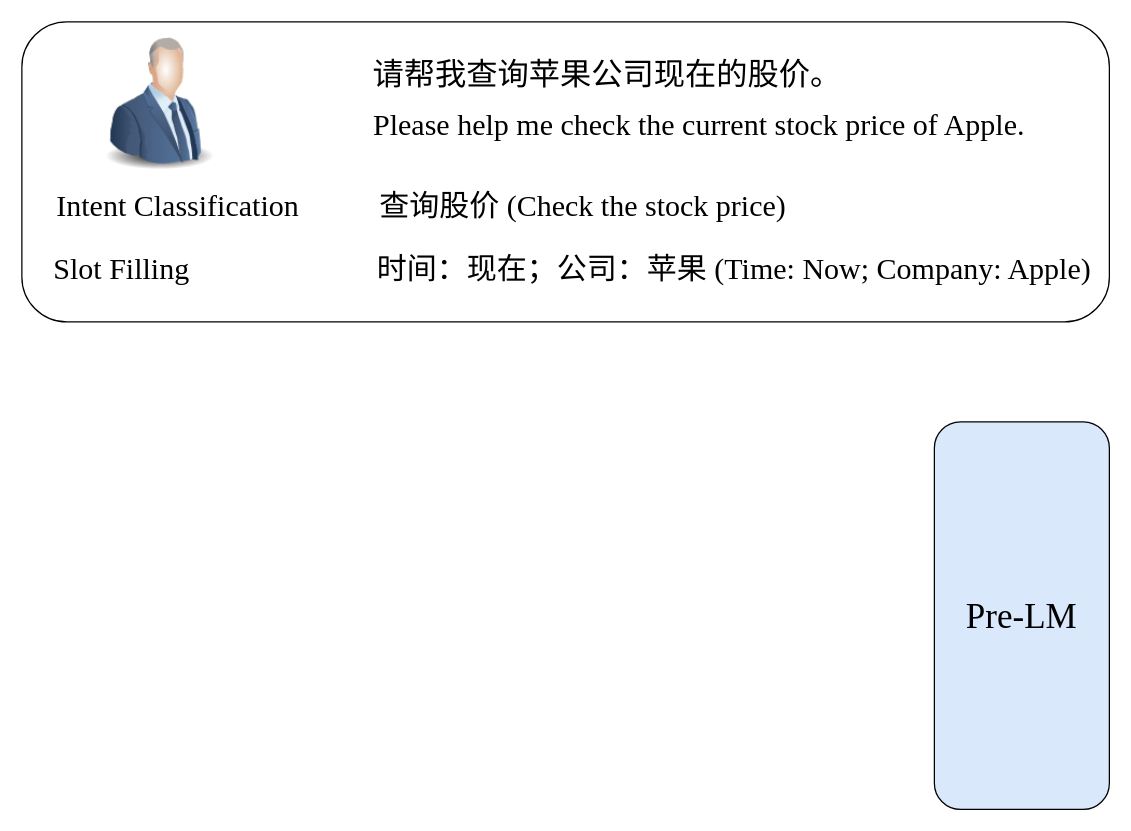
The draw.io diagram propmt_chineseNLU/framework.drawio in lengyueit/paper_pic, before the edit. Source tidied: cells renumbered, new cells numbered last; positions are measured from the earlier drawing's top-left corner, leaving out a move shared by most shapes. Both pictures are drawn from the tidied source at 125%, with x=0, y=0 at pixel (21, 21).
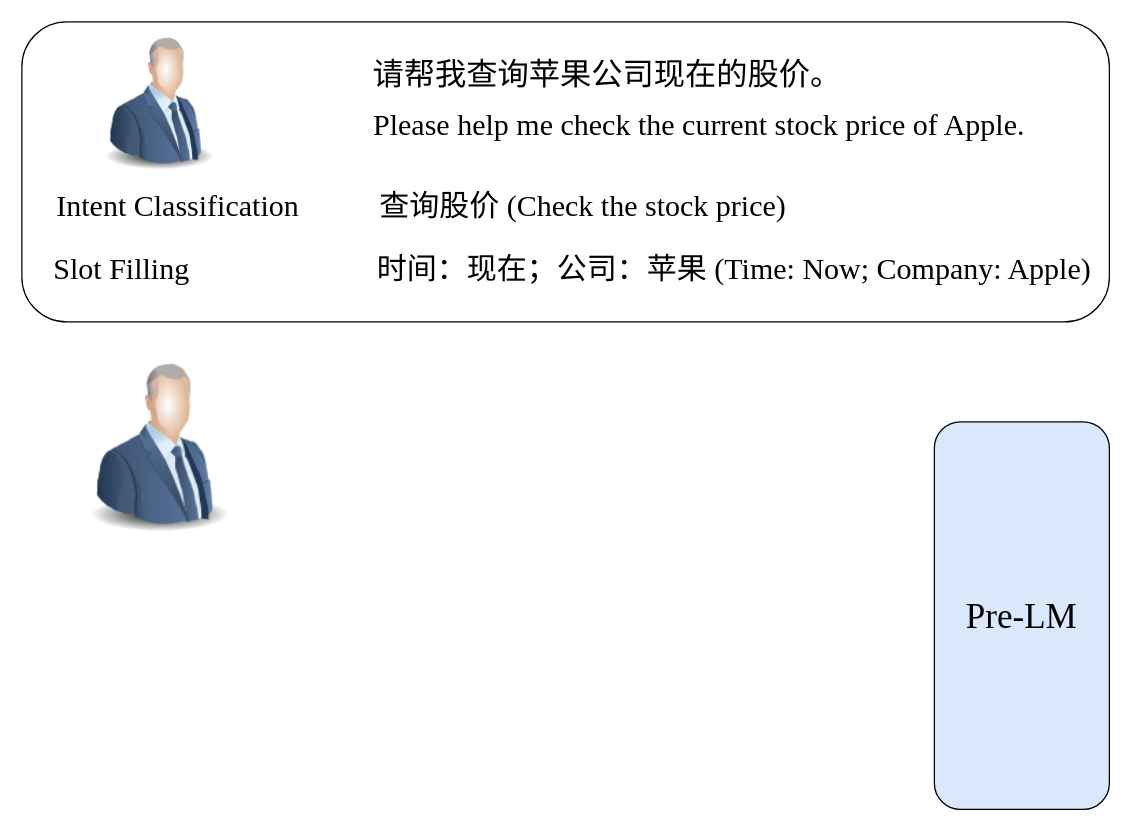
The same page after the edit.

Diff of the diagram source:
```diff
@@
 <mxGraphModel>
   <root>
     <mxCell id="0" />
     <mxCell id="1" parent="0" />
     <mxCell id="2" value="&lt;font style=&quot;font-size: 28px;&quot; face=&quot;Times New Roman&quot;&gt;Pre-LM&lt;/font&gt;" style="rounded=1;whiteSpace=wrap;html=1;fillColor=#dae8fc;strokeColor=default;gradientColor=none;" parent="1" vertex="1">
       <mxGeometry x="730" y="320" width="140" height="310" as="geometry" />
     </mxCell>
     <mxCell id="3" style="rounded=1;whiteSpace=wrap;html=1;" parent="1" vertex="1">
       <mxGeometry width="870" height="240" as="geometry" />
     </mxCell>
     <mxCell id="4" style="image;html=1;image=img/lib/clip_art/people/Suit_Man_Blue_128x128.png;" parent="1" vertex="1">
       <mxGeometry x="40" y="10" width="140" height="110" as="geometry" />
     </mxCell>
     <mxCell id="5" value="&lt;font face=&quot;Times New Roman&quot; style=&quot;font-size: 25px;&quot;&gt;请帮我查询苹果公司现在的股价。&lt;/font&gt;" style="text;html=1;align=center;verticalAlign=middle;whiteSpace=wrap;rounded=0;fontSize=30;" parent="1" vertex="1">
       <mxGeometry x="278" y="25" width="381" height="30" as="geometry" />
     </mxCell>
     <mxCell id="6" value="&lt;font face=&quot;Times New Roman&quot; style=&quot;font-size: 24px;&quot;&gt;查询股价 (Check the stock price)&lt;/font&gt;" style="text;html=1;align=center;verticalAlign=middle;whiteSpace=wrap;rounded=0;fontSize=30;" parent="1" vertex="1">
       <mxGeometry x="228" y="130" width="442" height="30" as="geometry" />
     </mxCell>
     <mxCell id="7" value="&lt;font style=&quot;font-size: 24px;&quot; face=&quot;Times New Roman&quot;&gt;&lt;font style=&quot;&quot;&gt;时间：现在；公司：苹果&lt;/font&gt;&amp;nbsp;(Time: Now; Company: Apple)&lt;/font&gt;" style="text;html=1;align=center;verticalAlign=middle;whiteSpace=wrap;rounded=0;fontSize=30;" parent="1" vertex="1">
       <mxGeometry x="270" y="180" width="600" height="30" as="geometry" />
     </mxCell>
     <mxCell id="8" value="&lt;font face=&quot;Times New Roman&quot; style=&quot;font-size: 24px;&quot;&gt;Intent Classification&lt;/font&gt;" style="text;html=1;align=center;verticalAlign=middle;whiteSpace=wrap;rounded=0;fontSize=30;" parent="1" vertex="1">
       <mxGeometry x="10" y="130" width="230" height="30" as="geometry" />
     </mxCell>
     <mxCell id="9" value="&lt;font face=&quot;Times New Roman&quot; style=&quot;font-size: 24px;&quot;&gt;Slot Filling&lt;/font&gt;" style="text;html=1;align=center;verticalAlign=middle;whiteSpace=wrap;rounded=0;fontSize=30;" parent="1" vertex="1">
       <mxGeometry x="10" y="180" width="140" height="30" as="geometry" />
     </mxCell>
     <mxCell id="10" value="&lt;span style=&quot;text-align: left;&quot;&gt;&lt;font style=&quot;font-size: 24px;&quot; face=&quot;Times New Roman&quot;&gt;Please help me check the current stock price of Apple.&lt;/font&gt;&lt;/span&gt;" style="text;html=1;align=center;verticalAlign=middle;whiteSpace=wrap;rounded=0;fontSize=30;" parent="1" vertex="1">
       <mxGeometry x="250" y="65" width="584" height="30" as="geometry" />
     </mxCell>
+    <mxCell id="11" style="image;html=1;image=img/lib/clip_art/people/Suit_Man_Blue_128x128.png;" parent="1" vertex="1">
+      <mxGeometry x="40" y="270" width="140" height="140" as="geometry" />
+    </mxCell>
   </root>
 </mxGraphModel>
```
